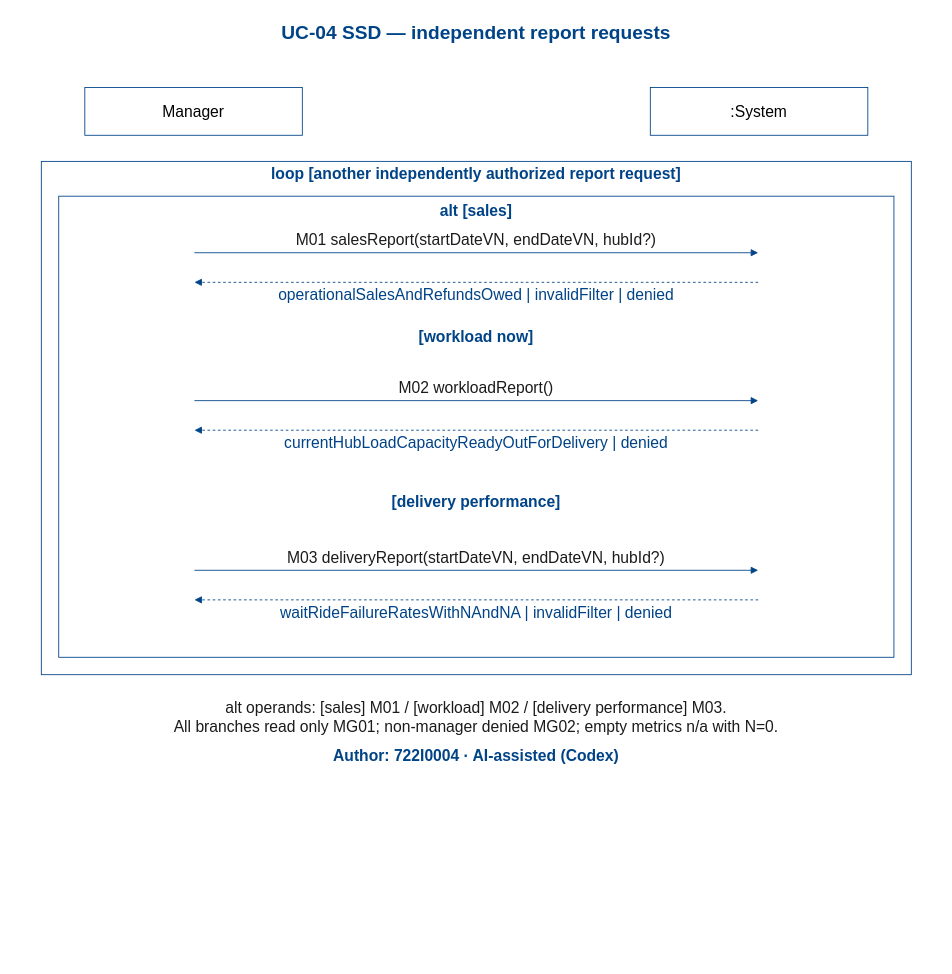
Before: models/UC-04/ssd_uc04.drawio in Dat071104/SaigonBite, a draw.io diagram. Source tidied: cells renumbered, new cells numbered last; positions are measured from the earlier drawing's top-left corner, leaving out a move shared by most shapes. Both pictures are drawn from the tidied source at 87%, with x=0, y=0 at pixel (15, 15).
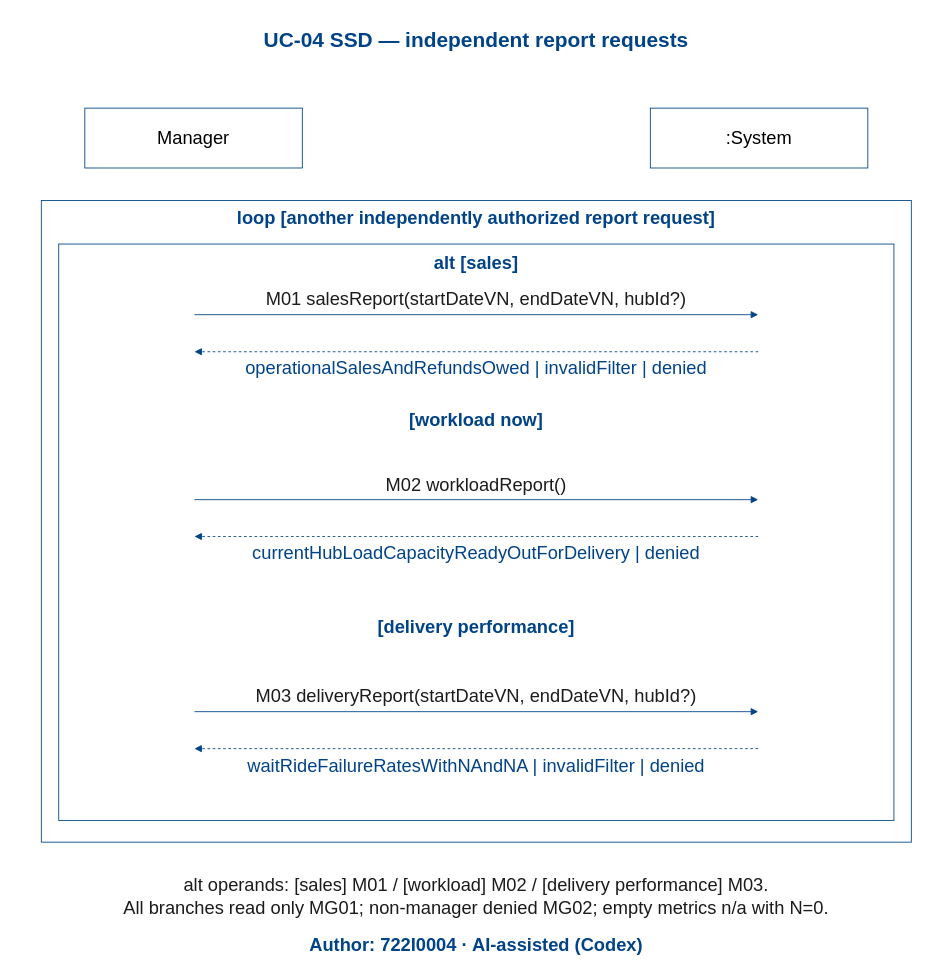
The same diagram, later.

The edit, as a diff of the source:
```diff
@@
-    <mxCell id="2" value="UC-04 SSD — independent report requests" style="text;html=0;whiteSpace=wrap;fontSize=22;fontColor=#004387;fontStyle=1;align=center;verticalAlign=middle;strokeColor=none;fillColor=none;" parent="1" vertex="1">
-      <mxGeometry width="1060" height="42" as="geometry" />
+    <mxCell id="2" value="UC-04 SSD — independent report requests" style="text;html=0;whiteSpace=wrap;fontSize=24;fontColor=#004387;fontStyle=1;align=center;verticalAlign=middle;strokeColor=none;fillColor=none;" parent="1" vertex="1">
+      <mxGeometry y="3" width="1060" height="52.5" as="geometry" />
     </mxCell>
-    <mxCell id="3" value="Author: 722I0004 · AI-assisted (Codex)" style="text;html=0;whiteSpace=wrap;fontSize=18;fontColor=#004387;fontStyle=1;align=center;verticalAlign=middle;strokeColor=none;fillColor=none;" parent="1" vertex="1">
-      <mxGeometry y="838" width="1060" height="28" as="geometry" />
+    <mxCell id="3" value="Author: 722I0004 · AI-assisted (Codex)" style="text;html=0;whiteSpace=wrap;fontSize=21;fontColor=#004387;fontStyle=1;align=center;verticalAlign=middle;strokeColor=none;fillColor=none;" parent="1" vertex="1">
+      <mxGeometry y="1050.5" width="1060" height="35" as="geometry" />
     </mxCell>
-    <mxCell id="4" value="Manager" style="rounded=0;html=0;whiteSpace=wrap;strokeColor=#004387;fillColor=white;fontSize=18;align=center;verticalAlign=middle;" parent="1" vertex="1">
-      <mxGeometry x="80" y="83" width="250" height="55" as="geometry" />
+    <mxCell id="4" value="Manager" style="rounded=0;html=0;whiteSpace=wrap;strokeColor=#004387;fillColor=white;fontSize=21;align=center;verticalAlign=middle;" parent="1" vertex="1">
+      <mxGeometry x="80" y="106.8" width="250" height="68.8" as="geometry" />
     </mxCell>
-    <mxCell id="5" value=":System" style="rounded=0;html=0;whiteSpace=wrap;strokeColor=#004387;fillColor=white;fontSize=18;align=center;verticalAlign=middle;" parent="1" vertex="1">
-      <mxGeometry x="730" y="83" width="250" height="55" as="geometry" />
+    <mxCell id="5" value=":System" style="rounded=0;html=0;whiteSpace=wrap;strokeColor=#004387;fillColor=white;fontSize=21;align=center;verticalAlign=middle;" parent="1" vertex="1">
+      <mxGeometry x="730" y="106.8" width="250" height="68.8" as="geometry" />
     </mxCell>
-    <mxCell id="6" style="rounded=0;html=0;whiteSpace=wrap;strokeColor=#004387;fillColor=white;fontSize=18;align=center;verticalAlign=middle;" parent="1" vertex="1">
-      <mxGeometry x="30" y="168" width="1000" height="590" as="geometry" />
+    <mxCell id="6" style="rounded=0;html=0;whiteSpace=wrap;strokeColor=#004387;fillColor=white;fontSize=21;align=center;verticalAlign=middle;" parent="1" vertex="1">
+      <mxGeometry x="30" y="213" width="1000" height="737.5" as="geometry" />
     </mxCell>
-    <mxCell id="7" value="loop [another independently authorized report request]" style="text;html=0;whiteSpace=wrap;fontSize=18;fontColor=#004387;fontStyle=1;align=center;verticalAlign=middle;strokeColor=none;fillColor=none;" parent="1" vertex="1">
-      <mxGeometry x="35" y="170" width="990" height="26" as="geometry" />
+    <mxCell id="7" value="loop [another independently authorized report request]" style="text;html=0;whiteSpace=wrap;fontSize=21;fontColor=#004387;fontStyle=1;align=center;verticalAlign=middle;strokeColor=none;fillColor=none;" parent="1" vertex="1">
+      <mxGeometry x="35" y="215.5" width="990" height="32.5" as="geometry" />
     </mxCell>
-    <mxCell id="8" style="rounded=0;html=0;whiteSpace=wrap;strokeColor=#004387;fillColor=white;fontSize=18;align=center;verticalAlign=middle;" parent="1" vertex="1">
-      <mxGeometry x="50" y="208" width="960" height="530" as="geometry" />
+    <mxCell id="8" style="rounded=0;html=0;whiteSpace=wrap;strokeColor=#004387;fillColor=white;fontSize=21;align=center;verticalAlign=middle;" parent="1" vertex="1">
+      <mxGeometry x="50" y="263" width="960" height="662.5" as="geometry" />
     </mxCell>
-    <mxCell id="9" value="alt [sales]" style="text;html=0;whiteSpace=wrap;fontSize=18;fontColor=#004387;fontStyle=1;align=center;verticalAlign=middle;strokeColor=none;fillColor=none;" parent="1" vertex="1">
-      <mxGeometry x="60" y="212" width="940" height="26" as="geometry" />
+    <mxCell id="9" value="alt [sales]" style="text;html=0;whiteSpace=wrap;fontSize=21;fontColor=#004387;fontStyle=1;align=center;verticalAlign=middle;strokeColor=none;fillColor=none;" parent="1" vertex="1">
+      <mxGeometry x="60" y="268" width="940" height="32.5" as="geometry" />
     </mxCell>
-    <mxCell id="10" value="[workload now]" style="text;html=0;whiteSpace=wrap;fontSize=18;fontColor=#004387;fontStyle=1;align=center;verticalAlign=middle;strokeColor=none;fillColor=none;" parent="1" vertex="1">
-      <mxGeometry x="60" y="357" width="940" height="26" as="geometry" />
+    <mxCell id="10" value="[workload now]" style="text;html=0;whiteSpace=wrap;fontSize=21;fontColor=#004387;fontStyle=1;align=center;verticalAlign=middle;strokeColor=none;fillColor=none;" parent="1" vertex="1">
+      <mxGeometry x="60" y="449.2" width="940" height="32.5" as="geometry" />
     </mxCell>
-    <mxCell id="11" value="[delivery performance]" style="text;html=0;whiteSpace=wrap;fontSize=18;fontColor=#004387;fontStyle=1;align=center;verticalAlign=middle;strokeColor=none;fillColor=none;" parent="1" vertex="1">
-      <mxGeometry x="60" y="547" width="940" height="26" as="geometry" />
+    <mxCell id="11" value="[delivery performance]" style="text;html=0;whiteSpace=wrap;fontSize=21;fontColor=#004387;fontStyle=1;align=center;verticalAlign=middle;strokeColor=none;fillColor=none;" parent="1" vertex="1">
+      <mxGeometry x="60" y="686.8" width="940" height="32.5" as="geometry" />
     </mxCell>
     <mxCell id="12" style="opacity=0;strokeOpacity=0;fillOpacity=0;" parent="1" vertex="1">
-      <mxGeometry x="204" y="272" width="2" height="2" as="geometry" />
+      <mxGeometry x="204" y="343.2" width="2" height="2" as="geometry" />
     </mxCell>
     <mxCell id="13" style="opacity=0;strokeOpacity=0;fillOpacity=0;" parent="1" vertex="1">
-      <mxGeometry x="204" y="306" width="2" height="2" as="geometry" />
+      <mxGeometry x="204" y="385.8" width="2" height="2" as="geometry" />
     </mxCell>
     <mxCell id="14" style="opacity=0;strokeOpacity=0;fillOpacity=0;" parent="1" vertex="1">
-      <mxGeometry x="854" y="272" width="2" height="2" as="geometry" />
+      <mxGeometry x="854" y="343.2" width="2" height="2" as="geometry" />
     </mxCell>
     <mxCell id="15" style="opacity=0;strokeOpacity=0;fillOpacity=0;" parent="1" vertex="1">
-      <mxGeometry x="854" y="306" width="2" height="2" as="geometry" />
+      <mxGeometry x="854" y="385.8" width="2" height="2" as="geometry" />
     </mxCell>
@@
-    <mxCell id="17" value="M01 salesReport(startDateVN, endDateVN, hubId?)" style="text;html=0;whiteSpace=wrap;fontSize=18;fontColor=#1B1B1B;fontStyle=0;align=center;verticalAlign=middle;strokeColor=none;fillColor=none;" parent="1" vertex="1">
-      <mxGeometry x="220" y="246" width="620" height="25" as="geometry" />
+    <mxCell id="17" value="M01 salesReport(startDateVN, endDateVN, hubId?)" style="text;html=0;whiteSpace=wrap;fontSize=21;fontColor=#1B1B1B;fontStyle=0;align=center;verticalAlign=middle;strokeColor=none;fillColor=none;" parent="1" vertex="1">
+      <mxGeometry x="220" y="310.5" width="620" height="31.2" as="geometry" />
     </mxCell>
@@
-    <mxCell id="19" value="operationalSalesAndRefundsOwed | invalidFilter | denied" style="text;html=0;whiteSpace=wrap;fontSize=18;fontColor=#004387;fontStyle=0;align=center;verticalAlign=middle;strokeColor=none;fillColor=none;" parent="1" vertex="1">
-      <mxGeometry x="225" y="309" width="610" height="26" as="geometry" />
+    <mxCell id="19" value="operationalSalesAndRefundsOwed | invalidFilter | denied" style="text;html=0;whiteSpace=wrap;fontSize=21;fontColor=#004387;fontStyle=0;align=center;verticalAlign=middle;strokeColor=none;fillColor=none;" parent="1" vertex="1">
+      <mxGeometry x="225" y="389.2" width="610" height="32.5" as="geometry" />
     </mxCell>
     <mxCell id="20" style="opacity=0;strokeOpacity=0;fillOpacity=0;" parent="1" vertex="1">
-      <mxGeometry x="204" y="442" width="2" height="2" as="geometry" />
+      <mxGeometry x="204" y="555.8" width="2" height="2" as="geometry" />
     </mxCell>
     <mxCell id="21" style="opacity=0;strokeOpacity=0;fillOpacity=0;" parent="1" vertex="1">
-      <mxGeometry x="204" y="476" width="2" height="2" as="geometry" />
+      <mxGeometry x="204" y="598.2" width="2" height="2" as="geometry" />
     </mxCell>
     <mxCell id="22" style="opacity=0;strokeOpacity=0;fillOpacity=0;" parent="1" vertex="1">
-      <mxGeometry x="854" y="442" width="2" height="2" as="geometry" />
+      <mxGeometry x="854" y="555.8" width="2" height="2" as="geometry" />
     </mxCell>
     <mxCell id="23" style="opacity=0;strokeOpacity=0;fillOpacity=0;" parent="1" vertex="1">
-      <mxGeometry x="854" y="476" width="2" height="2" as="geometry" />
+      <mxGeometry x="854" y="598.2" width="2" height="2" as="geometry" />
     </mxCell>
@@
-    <mxCell id="25" value="M02 workloadReport()" style="text;html=0;whiteSpace=wrap;fontSize=18;fontColor=#1B1B1B;fontStyle=0;align=center;verticalAlign=middle;strokeColor=none;fillColor=none;" parent="1" vertex="1">
-      <mxGeometry x="220" y="416" width="620" height="25" as="geometry" />
+    <mxCell id="25" value="M02 workloadReport()" style="text;html=0;whiteSpace=wrap;fontSize=21;fontColor=#1B1B1B;fontStyle=0;align=center;verticalAlign=middle;strokeColor=none;fillColor=none;" parent="1" vertex="1">
+      <mxGeometry x="220" y="523" width="620" height="31.2" as="geometry" />
     </mxCell>
@@
-    <mxCell id="27" value="currentHubLoadCapacityReadyOutForDelivery | denied" style="text;html=0;whiteSpace=wrap;fontSize=18;fontColor=#004387;fontStyle=0;align=center;verticalAlign=middle;strokeColor=none;fillColor=none;" parent="1" vertex="1">
-      <mxGeometry x="225" y="479" width="610" height="26" as="geometry" />
+    <mxCell id="27" value="currentHubLoadCapacityReadyOutForDelivery | denied" style="text;html=0;whiteSpace=wrap;fontSize=21;fontColor=#004387;fontStyle=0;align=center;verticalAlign=middle;strokeColor=none;fillColor=none;" parent="1" vertex="1">
+      <mxGeometry x="225" y="601.8" width="610" height="32.5" as="geometry" />
     </mxCell>
     <mxCell id="28" style="opacity=0;strokeOpacity=0;fillOpacity=0;" parent="1" vertex="1">
-      <mxGeometry x="204" y="637" width="2" height="2" as="geometry" />
+      <mxGeometry x="204" y="799.5" width="2" height="2" as="geometry" />
     </mxCell>
     <mxCell id="29" style="opacity=0;strokeOpacity=0;fillOpacity=0;" parent="1" vertex="1">
-      <mxGeometry x="204" y="671" width="2" height="2" as="geometry" />
+      <mxGeometry x="204" y="842" width="2" height="2" as="geometry" />
     </mxCell>
     <mxCell id="30" style="opacity=0;strokeOpacity=0;fillOpacity=0;" parent="1" vertex="1">
-      <mxGeometry x="854" y="637" width="2" height="2" as="geometry" />
+      <mxGeometry x="854" y="799.5" width="2" height="2" as="geometry" />
     </mxCell>
     <mxCell id="31" style="opacity=0;strokeOpacity=0;fillOpacity=0;" parent="1" vertex="1">
-      <mxGeometry x="854" y="671" width="2" height="2" as="geometry" />
+      <mxGeometry x="854" y="842" width="2" height="2" as="geometry" />
     </mxCell>
@@
-    <mxCell id="33" value="M03 deliveryReport(startDateVN, endDateVN, hubId?)" style="text;html=0;whiteSpace=wrap;fontSize=18;fontColor=#1B1B1B;fontStyle=0;align=center;verticalAlign=middle;strokeColor=none;fillColor=none;" parent="1" vertex="1">
-      <mxGeometry x="220" y="611" width="620" height="25" as="geometry" />
+    <mxCell id="33" value="M03 deliveryReport(startDateVN, endDateVN, hubId?)" style="text;html=0;whiteSpace=wrap;fontSize=21;fontColor=#1B1B1B;fontStyle=0;align=center;verticalAlign=middle;strokeColor=none;fillColor=none;" parent="1" vertex="1">
+      <mxGeometry x="220" y="766.8" width="620" height="31.2" as="geometry" />
     </mxCell>
@@
-    <mxCell id="35" value="waitRideFailureRatesWithNAndNA | invalidFilter | denied" style="text;html=0;whiteSpace=wrap;fontSize=18;fontColor=#004387;fontStyle=0;align=center;verticalAlign=middle;strokeColor=none;fillColor=none;" parent="1" vertex="1">
-      <mxGeometry x="225" y="674" width="610" height="26" as="geometry" />
+    <mxCell id="35" value="waitRideFailureRatesWithNAndNA | invalidFilter | denied" style="text;html=0;whiteSpace=wrap;fontSize=21;fontColor=#004387;fontStyle=0;align=center;verticalAlign=middle;strokeColor=none;fillColor=none;" parent="1" vertex="1">
+      <mxGeometry x="225" y="845.5" width="610" height="32.5" as="geometry" />
     </mxCell>
-    <mxCell id="36" value="alt operands: [sales] M01 / [workload] M02 / [delivery performance] M03.&#10;All branches read only MG01; non-manager denied MG02; empty metrics n/a with N=0." style="text;html=0;whiteSpace=wrap;fontSize=18;fontColor=#1B1B1B;fontStyle=0;align=center;verticalAlign=middle;strokeColor=none;fillColor=none;" parent="1" vertex="1">
-      <mxGeometry y="783" width="1060" height="48" as="geometry" />
+    <mxCell id="36" value="alt operands: [sales] M01 / [workload] M02 / [delivery performance] M03.&#10;All branches read only MG01; non-manager denied MG02; empty metrics n/a with N=0." style="text;html=0;whiteSpace=wrap;fontSize=21;fontColor=#1B1B1B;fontStyle=0;align=center;verticalAlign=middle;strokeColor=none;fillColor=none;" parent="1" vertex="1">
+      <mxGeometry y="981.8" width="1060" height="60" as="geometry" />
     </mxCell>
```
